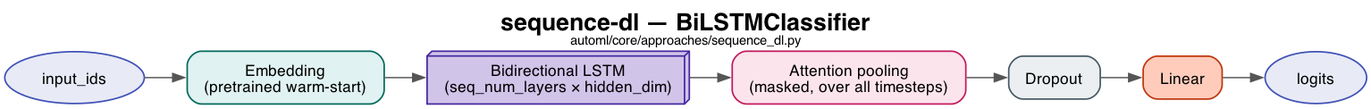
yahyafati/automl-textual-project-mirror keeps this Graphviz diagram as docs/bilstm_diagram.png. Above is the earlier version. Its source is kept beside it as docs/bilstm_diagram.dot.
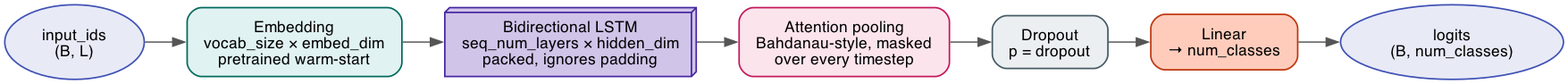
The same file after the commit.

Commit message:
Restore per-block detail in BiLSTM diagram, drop title header

Puts back the key dimension/hyperparameter annotations (vocab_size x
embed_dim, seq_num_layers x hidden_dim, etc.) that the previous
simplification pass stripped too aggressively, while keeping the
horizontal, one-box-per-stage layout. Removes the graph title/filename
label per feedback that it was redundant with the surrounding prose.

What changed in the source:
```diff
@@ -1,20 +1,17 @@
 digraph BiLSTM {
     rankdir=LR;
     fontname="Helvetica";
-    labelloc="t";
-    label=<<b>sequence-dl — BiLSTMClassifier</b><br/><font point-size="11">automl/core/approaches/sequence_dl.py</font>>;
-    fontsize=20;
     bgcolor="white";
     node [fontname="Helvetica", fontsize=13, style="filled,rounded", shape=box, penwidth=1.3, margin="0.2,0.12"];
     edge [fontname="Helvetica", fontsize=11, color="#555555", penwidth=1.1];
 
-    input [label="input_ids", shape=oval, fillcolor="#E8EAF6", color="#3F51B5"];
-    embed [label="Embedding\n(pretrained warm-start)", fillcolor="#E0F2F1", color="#00695C"];
-    lstm [label="Bidirectional LSTM\n(seq_num_layers × hidden_dim)", fillcolor="#D1C4E9", color="#4527A0", shape=box3d];
-    attn [label="Attention pooling\n(masked, over all timesteps)", fillcolor="#FCE4EC", color="#C2185B"];
-    dropout [label="Dropout", fillcolor="#ECEFF1", color="#455A64"];
-    fc [label="Linear", fillcolor="#FFCCBC", color="#BF360C"];
-    output [label="logits", shape=oval, fillcolor="#E8EAF6", color="#3F51B5"];
+    input [label="input_ids\n(B, L)", shape=oval, fillcolor="#E8EAF6", color="#3F51B5"];
+    embed [label="Embedding\nvocab_size × embed_dim\npretrained warm-start", fillcolor="#E0F2F1", color="#00695C"];
+    lstm [label="Bidirectional LSTM\nseq_num_layers × hidden_dim\npacked, ignores padding", fillcolor="#D1C4E9", color="#4527A0", shape=box3d];
+    attn [label="Attention pooling\nBahdanau-style, masked\nover every timestep", fillcolor="#FCE4EC", color="#C2185B"];
+    dropout [label="Dropout\np = dropout", fillcolor="#ECEFF1", color="#455A64"];
+    fc [label="Linear\n→ num_classes", fillcolor="#FFCCBC", color="#BF360C"];
+    output [label="logits\n(B, num_classes)", shape=oval, fillcolor="#E8EAF6", color="#3F51B5"];
 
     input -> embed -> lstm -> attn -> dropout -> fc -> output;
 }
```
